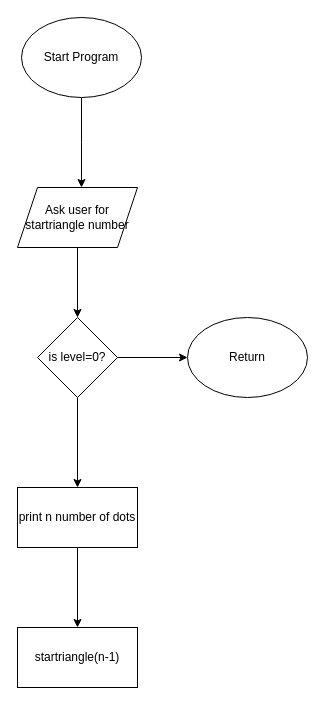
This is Task 4 Flowchart.drawio from Tomato-Lord44/YR-8-CAT-INV1-ARJUN-THAPAR, a draw.io file, before an edit. Source tidied: cells renumbered, new cells numbered last; positions are measured from the earlier drawing's top-left corner, leaving out a move shared by most shapes. Both pictures are drawn from the tidied source at 100%, with x=0, y=0 at pixel (17, 17).
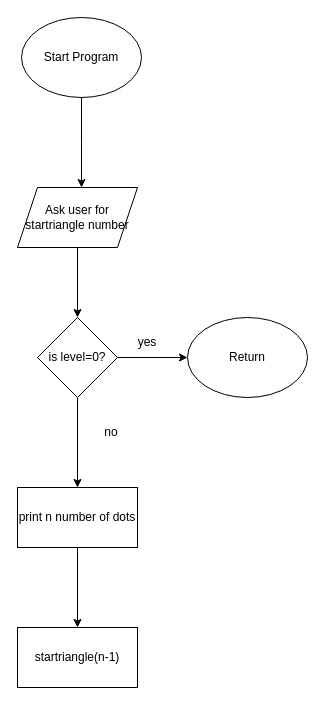
The same page after the edit.

What changed in the source:
```diff
@@
 <mxGraphModel>
   <root>
     <mxCell id="0" />
     <mxCell id="1" parent="0" />
     <mxCell id="2" style="edgeStyle=orthogonalEdgeStyle;rounded=0;jettySize=auto;html=1;" parent="1" edge="1" source="3">
       <mxGeometry relative="1" as="geometry">
         <mxPoint x="64" y="170" as="targetPoint" />
       </mxGeometry>
     </mxCell>
     <mxCell id="3" value="Start Program" style="ellipse;whiteSpace=wrap;html=1;" parent="1" vertex="1">
       <mxGeometry x="4" width="120" height="80" as="geometry" />
     </mxCell>
     <mxCell id="4" style="edgeStyle=orthogonalEdgeStyle;rounded=0;jettySize=auto;html=1;" parent="1" edge="1" source="5" target="8">
       <mxGeometry relative="1" as="geometry" />
     </mxCell>
     <mxCell id="5" value="Ask user for startriangle number" style="shape=parallelogram;perimeter=parallelogramPerimeter;whiteSpace=wrap;html=1;fixedSize=1;" parent="1" vertex="1">
       <mxGeometry y="170" width="120" height="60" as="geometry" />
     </mxCell>
     <mxCell id="6" style="edgeStyle=orthogonalEdgeStyle;rounded=0;jettySize=auto;html=1;" parent="1" edge="1" source="8" target="9">
       <mxGeometry relative="1" as="geometry" />
     </mxCell>
     <mxCell id="7" style="edgeStyle=orthogonalEdgeStyle;rounded=0;jettySize=auto;html=1;" parent="1" edge="1" source="8" target="11">
       <mxGeometry relative="1" as="geometry" />
     </mxCell>
     <mxCell id="8" value="is level=0?" style="rhombus;whiteSpace=wrap;html=1;" parent="1" vertex="1">
       <mxGeometry x="20" y="300" width="80" height="80" as="geometry" />
     </mxCell>
     <mxCell id="9" value="Return" style="ellipse;whiteSpace=wrap;html=1;" parent="1" vertex="1">
       <mxGeometry x="170" y="300" width="120" height="80" as="geometry" />
     </mxCell>
     <mxCell id="10" style="edgeStyle=orthogonalEdgeStyle;rounded=0;jettySize=auto;html=1;" parent="1" edge="1" source="11" target="12">
       <mxGeometry relative="1" as="geometry" />
     </mxCell>
     <mxCell id="11" value="print n number of dots" style="whiteSpace=wrap;html=1;" parent="1" vertex="1">
       <mxGeometry y="470" width="120" height="60" as="geometry" />
     </mxCell>
     <mxCell id="12" value="startriangle(n-1)" style="whiteSpace=wrap;html=1;" parent="1" vertex="1">
       <mxGeometry y="610" width="120" height="60" as="geometry" />
     </mxCell>
+    <mxCell id="13" value="yes" style="text;html=1;whiteSpace=wrap;strokeColor=none;fillColor=none;align=center;verticalAlign=middle;rounded=0;" parent="1" vertex="1">
+      <mxGeometry x="100" y="310" width="60" height="30" as="geometry" />
+    </mxCell>
+    <mxCell id="14" value="no" style="text;html=1;whiteSpace=wrap;strokeColor=none;fillColor=none;align=center;verticalAlign=middle;rounded=0;" parent="1" vertex="1">
+      <mxGeometry x="64" y="400" width="60" height="30" as="geometry" />
+    </mxCell>
   </root>
 </mxGraphModel>
```
